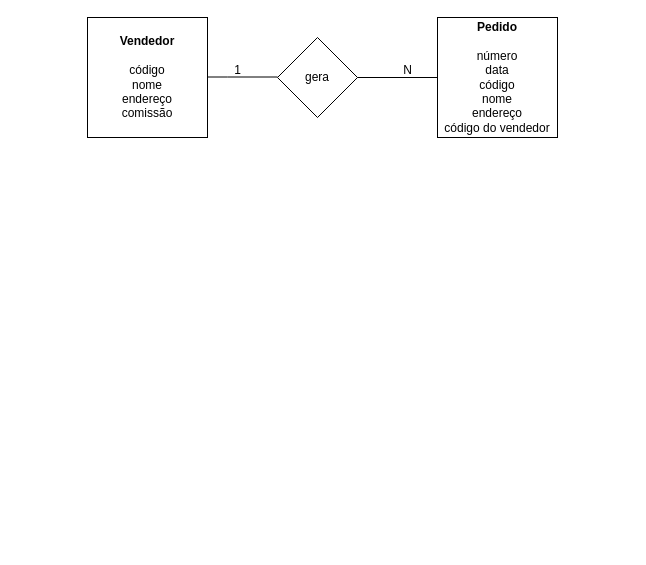
ericcccc19/eric keeps this draw.io diagram as Diagrama sem nome.drawio. Above is the earlier version. Source tidied: cells renumbered, new cells numbered last; positions are measured from the earlier drawing's top-left corner, leaving out a move shared by most shapes. Both pictures are drawn from the tidied source at 100%, with x=0, y=0 at pixel (87, 17).
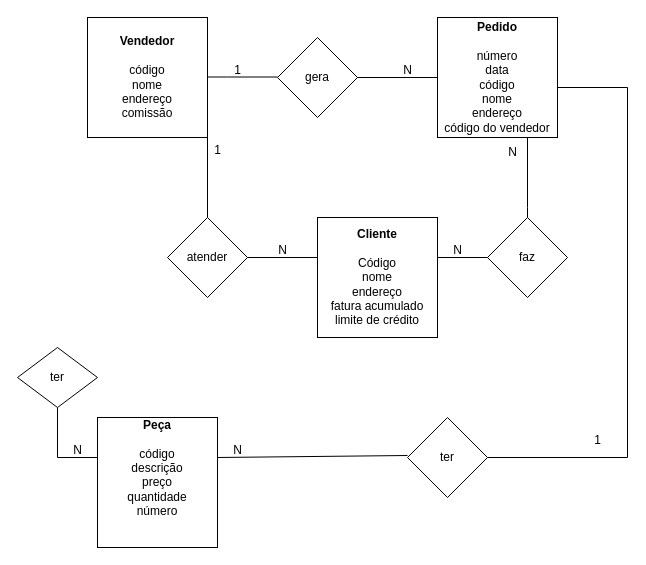
The same page after the edit.

The change refers to these unchanged cells:
```xml
<mxCell id="7" value="&lt;div&gt;&lt;b&gt;Pedido&lt;/b&gt;&lt;/div&gt;&lt;div&gt;&lt;b&gt;&lt;br&gt;&lt;/b&gt;&lt;/div&gt;&lt;div&gt;número&lt;/div&gt;&lt;div&gt;data&lt;/div&gt;&lt;div&gt;código&lt;/div&gt;&lt;div&gt;nome&lt;/div&gt;&lt;div&gt;endereço&lt;/div&gt;&lt;div&gt;código do vendedor&lt;br&gt;&lt;/div&gt;" style="rounded=0;whiteSpace=wrap;html=1;" parent="1" vertex="1">
  <mxGeometry x="350" width="120" height="120" as="geometry" />
</mxCell>
```

What changed in the source:
```diff
@@
+    <mxCell id="9" style="endArrow=none;html=1;rounded=0;" parent="1" edge="1">
+      <mxGeometry relative="1" as="geometry">
+        <mxPoint x="120" y="120" as="sourcePoint" />
+        <mxPoint x="120" y="200" as="targetPoint" />
+      </mxGeometry>
+    </mxCell>
+    <mxCell id="10" value="atender" style="rhombus;whiteSpace=wrap;html=1;" parent="1" vertex="1">
+      <mxGeometry x="80" y="200" width="80" height="80" as="geometry" />
+    </mxCell>
+    <mxCell id="11" style="endArrow=none;html=1;rounded=0;" parent="1" edge="1">
+      <mxGeometry relative="1" as="geometry">
+        <mxPoint x="160" y="240" as="sourcePoint" />
+        <mxPoint x="230" y="240" as="targetPoint" />
+      </mxGeometry>
+    </mxCell>
+    <mxCell id="12" value="1" style="text;html=1;align=center;verticalAlign=middle;strokeColor=none;fillColor=none;" parent="1" vertex="1">
+      <mxGeometry x="115" y="118" width="30" height="30" as="geometry" />
+    </mxCell>
+    <mxCell id="13" value="N" style="text;html=1;align=center;verticalAlign=middle;strokeColor=none;fillColor=none;" parent="1" vertex="1">
+      <mxGeometry x="180" y="218" width="30" height="30" as="geometry" />
+    </mxCell>
+    <mxCell id="14" value="&lt;div&gt;&lt;b&gt;Cliente&lt;/b&gt;&lt;/div&gt;&lt;div&gt;&lt;b&gt;&lt;br&gt;&lt;/b&gt;&lt;/div&gt;&lt;div&gt;Código&lt;/div&gt;&lt;div&gt;nome&lt;/div&gt;&lt;div&gt;endereço&lt;/div&gt;&lt;div&gt;fatura acumulado&lt;/div&gt;&lt;div&gt;limite de crédito&lt;br&gt;&lt;/div&gt;" style="rounded=0;whiteSpace=wrap;html=1;" parent="1" vertex="1">
+      <mxGeometry x="230" y="200" width="120" height="120" as="geometry" />
+    </mxCell>
+    <mxCell id="15" style="endArrow=none;html=1;rounded=0;" parent="1" edge="1">
+      <mxGeometry relative="1" as="geometry">
+        <mxPoint x="350" y="240" as="sourcePoint" />
+        <mxPoint x="400" y="240" as="targetPoint" />
+      </mxGeometry>
+    </mxCell>
+    <mxCell id="16" value="faz" style="rhombus;whiteSpace=wrap;html=1;" parent="1" vertex="1">
+      <mxGeometry x="400" y="200" width="80" height="80" as="geometry" />
+    </mxCell>
+    <mxCell id="17" style="endArrow=none;html=1;rounded=0;entryX=0.75;entryY=1;entryDx=0;entryDy=0;" parent="1" edge="1" target="7">
+      <mxGeometry relative="1" as="geometry">
+        <mxPoint x="440" y="200" as="sourcePoint" />
+        <Array as="points">
+          <mxPoint x="440" y="190" />
+        </Array>
+      </mxGeometry>
+    </mxCell>
+    <mxCell id="18" value="N" style="text;html=1;align=center;verticalAlign=middle;strokeColor=none;fillColor=none;" parent="1" vertex="1">
+      <mxGeometry x="355" y="218" width="30" height="30" as="geometry" />
+    </mxCell>
+    <mxCell id="19" value="N" style="text;html=1;align=center;verticalAlign=middle;strokeColor=none;fillColor=none;" parent="1" vertex="1">
+      <mxGeometry x="410" y="120" width="30" height="30" as="geometry" />
+    </mxCell>
+    <mxCell id="20" style="endArrow=none;html=1;rounded=0;" parent="1" edge="1">
+      <mxGeometry relative="1" as="geometry">
+        <mxPoint x="470" y="70" as="sourcePoint" />
+        <mxPoint x="540" y="70" as="targetPoint" />
+      </mxGeometry>
+    </mxCell>
+    <mxCell id="21" style="endArrow=none;html=1;rounded=0;" parent="1" edge="1">
+      <mxGeometry relative="1" as="geometry">
+        <mxPoint x="540" y="440" as="sourcePoint" />
+        <mxPoint x="540" y="70" as="targetPoint" />
+      </mxGeometry>
+    </mxCell>
+    <mxCell id="22" style="endArrow=none;html=1;rounded=0;" parent="1" edge="1">
+      <mxGeometry relative="1" as="geometry">
+        <mxPoint x="400" y="440" as="sourcePoint" />
+        <mxPoint x="540" y="440" as="targetPoint" />
+      </mxGeometry>
+    </mxCell>
+    <mxCell id="23" value="ter" style="rhombus;whiteSpace=wrap;html=1;" parent="1" vertex="1">
+      <mxGeometry x="320" y="400" width="80" height="80" as="geometry" />
+    </mxCell>
+    <mxCell id="24" value="1" style="text;html=1;align=center;verticalAlign=middle;strokeColor=none;fillColor=none;" parent="1" vertex="1">
+      <mxGeometry x="495" y="408" width="30" height="30" as="geometry" />
+    </mxCell>
+    <mxCell id="25" style="endArrow=none;html=1;rounded=0;" parent="1" edge="1">
+      <mxGeometry relative="1" as="geometry">
+        <mxPoint x="130" y="440" as="sourcePoint" />
+        <mxPoint x="320" y="438" as="targetPoint" />
+      </mxGeometry>
+    </mxCell>
+    <mxCell id="26" value="&lt;div&gt;&lt;b&gt;Peça&lt;/b&gt;&lt;/div&gt;&lt;div&gt;&lt;b&gt;&lt;br&gt;&lt;/b&gt;&lt;/div&gt;&lt;div&gt;código&lt;/div&gt;&lt;div&gt;descrição&lt;/div&gt;&lt;div&gt;preço&lt;/div&gt;&lt;div&gt;quantidade&lt;/div&gt;&lt;div&gt;número&lt;br&gt;&lt;/div&gt;&lt;div&gt;&lt;b&gt;&lt;br&gt;&lt;/b&gt;&lt;/div&gt;&lt;div&gt;&lt;b&gt;&lt;br&gt;&lt;/b&gt;&lt;/div&gt;" style="rounded=0;whiteSpace=wrap;html=1;" parent="1" vertex="1">
+      <mxGeometry x="10" y="400" width="120" height="130" as="geometry" />
+    </mxCell>
+    <mxCell id="27" value="N" style="text;html=1;align=center;verticalAlign=middle;strokeColor=none;fillColor=none;" parent="1" vertex="1">
+      <mxGeometry x="135" y="418" width="30" height="30" as="geometry" />
+    </mxCell>
+    <mxCell id="28" style="endArrow=none;html=1;rounded=0;" parent="1" edge="1">
+      <mxGeometry relative="1" as="geometry">
+        <mxPoint x="-30" y="440" as="sourcePoint" />
+        <mxPoint x="10" y="440" as="targetPoint" />
+      </mxGeometry>
+    </mxCell>
+    <mxCell id="29" style="endArrow=none;html=1;rounded=0;" parent="1" edge="1">
+      <mxGeometry relative="1" as="geometry">
+        <mxPoint x="-30" y="440" as="sourcePoint" />
+        <mxPoint x="-30" y="390" as="targetPoint" />
+      </mxGeometry>
+    </mxCell>
+    <mxCell id="30" value="N" style="text;html=1;align=center;verticalAlign=middle;strokeColor=none;fillColor=none;" parent="1" vertex="1">
+      <mxGeometry x="-25" y="418" width="30" height="30" as="geometry" />
+    </mxCell>
+    <mxCell id="31" value="ter" style="rhombus;whiteSpace=wrap;html=1;" parent="1" vertex="1">
+      <mxGeometry x="-70" y="330" width="80" height="60" as="geometry" />
+    </mxCell>
```
